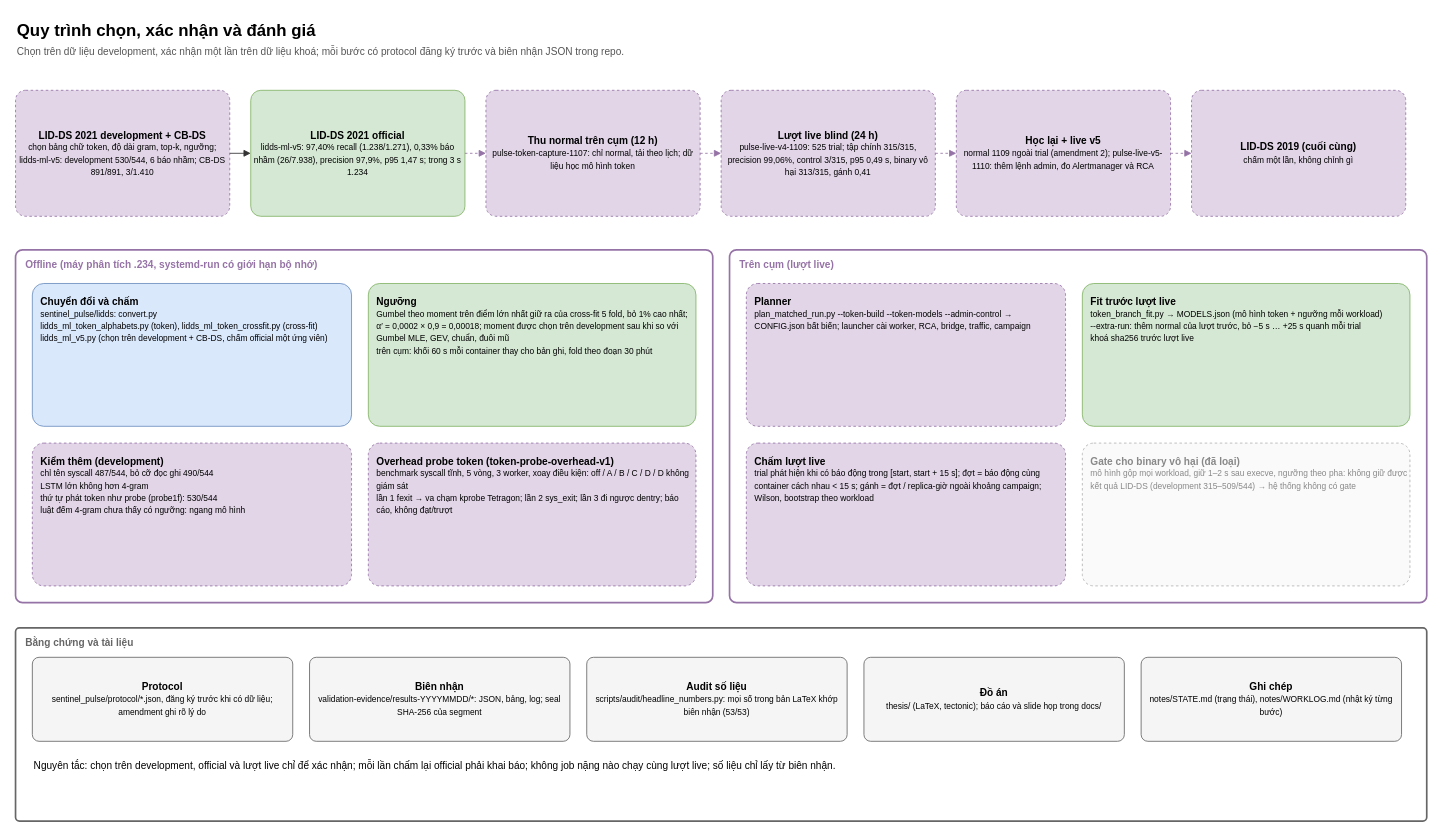
The draw.io diagram page "5. Học và đánh giá" (5 of 5) of docs/architecture/sentinel-pulse-architecture.drawio in tndat-dev/eBPF-project, before the edit. Source tidied: cells renumbered, new cells numbered last; positions are measured from the earlier drawing's top-left corner, leaving out a move shared by most shapes. Both pictures are drawn from the tidied source at 84%, with x=0, y=0 at pixel (15, 14).
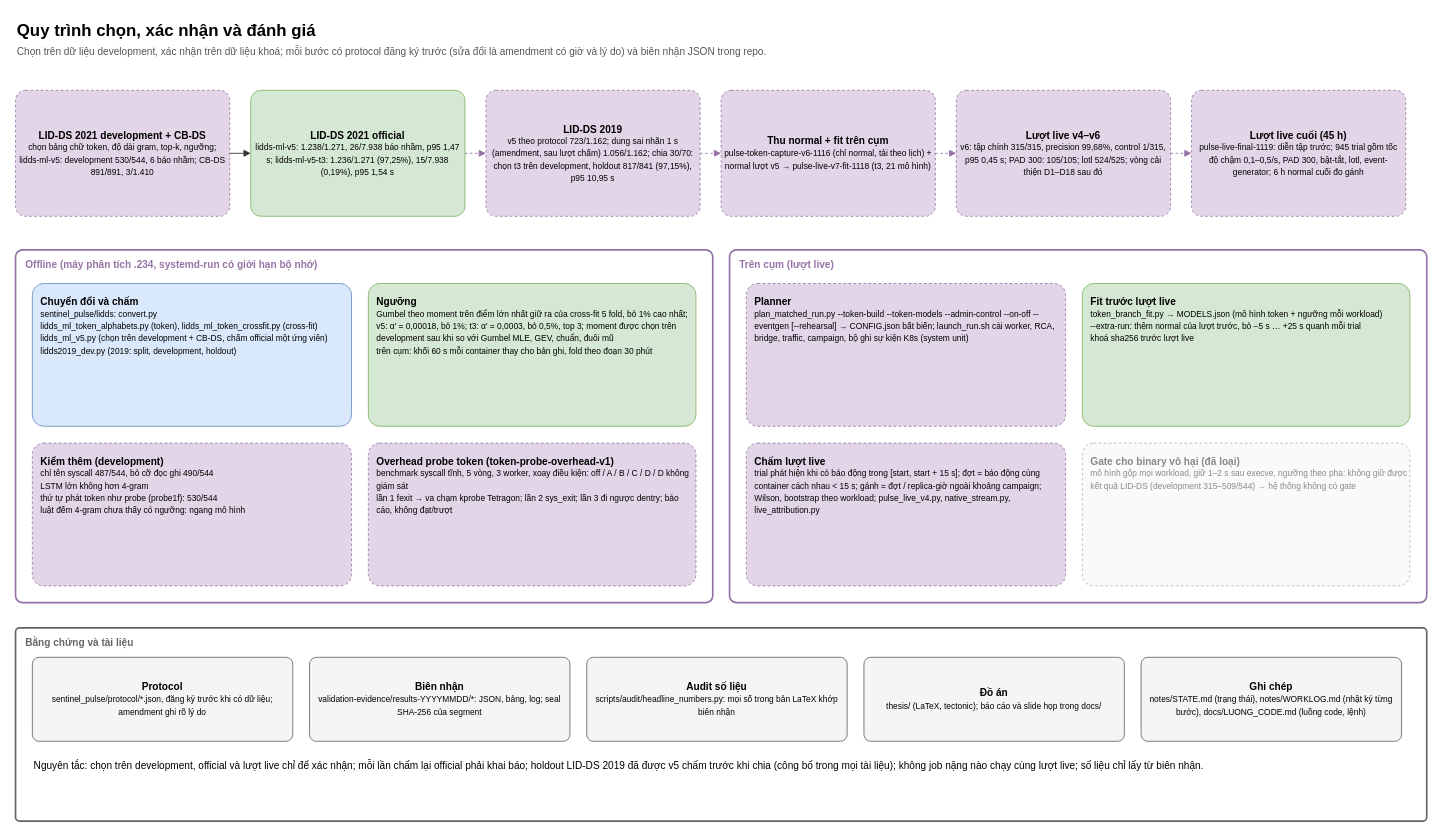
Above is the later version.

The edit, as a diff of the source:
```diff
@@
-    <mxCell id="3" value="Chọn trên dữ liệu development, xác nhận một lần trên dữ liệu khoá; mỗi bước có protocol đăng ký trước và biên nhận JSON trong repo." style="text;html=1;whiteSpace=wrap;align=left;verticalAlign=top;fontSize=12;fontColor=#555555;" parent="1" vertex="1">
+    <mxCell id="3" value="Chọn trên dữ liệu development, xác nhận trên dữ liệu khoá; mỗi bước có protocol đăng ký trước (sửa đổi là amendment có giờ và lý do) và biên nhận JSON trong repo." style="text;html=1;whiteSpace=wrap;align=left;verticalAlign=top;fontSize=12;fontColor=#555555;" parent="1" vertex="1">
       <mxGeometry y="30" width="1680" height="22" as="geometry" />
     </mxCell>
@@
-    <mxCell id="5" value="&lt;b&gt;LID-DS 2021 official&lt;/b&gt;&lt;br&gt;&lt;font style=&quot;font-size:10px&quot;&gt;lidds-ml-v5: 97,40% recall (1.238/1.271), 0,33% báo nhầm (26/7.938), precision 97,9%, p95 1,47 s; trong 3 s 1.234&lt;/font&gt;" style="rounded=1;whiteSpace=wrap;html=1;fillColor=#D5E8D4;strokeColor=#82B366;arcSize=8;fontSize=12;align=center;spacing=4;" parent="1" vertex="1">
+    <mxCell id="5" value="&lt;b&gt;LID-DS 2021 official&lt;/b&gt;&lt;br&gt;&lt;font style=&quot;font-size:10px&quot;&gt;lidds-ml-v5: 1.238/1.271, 26/7.938 báo nhầm, p95 1,47 s; lidds-ml-v5-t3: 1.236/1.271 (97,25%), 15/7.938 (0,19%), p95 1,54 s&lt;/font&gt;" style="rounded=1;whiteSpace=wrap;html=1;fillColor=#D5E8D4;strokeColor=#82B366;arcSize=8;fontSize=12;align=center;spacing=4;" parent="1" vertex="1">
       <mxGeometry x="280" y="90" width="255" height="150" as="geometry" />
     </mxCell>
@@
-    <mxCell id="7" value="&lt;b&gt;Thu normal trên cụm (12 h)&lt;/b&gt;&lt;br&gt;&lt;font style=&quot;font-size:10px&quot;&gt;pulse-token-capture-1107: chỉ normal, tải theo lịch; dữ liệu học mô hình token&lt;/font&gt;" style="rounded=1;whiteSpace=wrap;html=1;fillColor=#E1D5E7;strokeColor=#9673A6;dashed=1;arcSize=8;fontSize=12;align=center;spacing=4;" parent="1" vertex="1">
+    <mxCell id="7" value="&lt;b&gt;LID-DS 2019&lt;/b&gt;&lt;br&gt;&lt;font style=&quot;font-size:10px&quot;&gt;v5 theo protocol 723/1.162; dung sai nhãn 1 s (amendment, sau lượt chấm) 1.056/1.162; chia 30/70: chọn t3 trên development, holdout 817/841 (97,15%), p95 10,95 s&lt;/font&gt;" style="rounded=1;whiteSpace=wrap;html=1;fillColor=#E1D5E7;strokeColor=#9673A6;dashed=1;arcSize=8;fontSize=12;align=center;spacing=4;" parent="1" vertex="1">
       <mxGeometry x="560" y="90" width="255" height="150" as="geometry" />
     </mxCell>
@@
-    <mxCell id="9" value="&lt;b&gt;Lượt live blind (24 h)&lt;/b&gt;&lt;br&gt;&lt;font style=&quot;font-size:10px&quot;&gt;pulse-live-v4-1109: 525 trial; tập chính 315/315, precision 99,06%, control 3/315, p95 0,49 s, binary vô hại 313/315, gánh 0,41&lt;/font&gt;" style="rounded=1;whiteSpace=wrap;html=1;fillColor=#E1D5E7;strokeColor=#9673A6;dashed=1;arcSize=8;fontSize=12;align=center;spacing=4;" parent="1" vertex="1">
+    <mxCell id="9" value="&lt;b&gt;Thu normal + fit trên cụm&lt;/b&gt;&lt;br&gt;&lt;font style=&quot;font-size:10px&quot;&gt;pulse-token-capture-v6-1116 (chỉ normal, tải theo lịch) + normal lượt v5 → pulse-live-v7-fit-1118 (t3, 21 mô hình)&lt;/font&gt;" style="rounded=1;whiteSpace=wrap;html=1;fillColor=#E1D5E7;strokeColor=#9673A6;dashed=1;arcSize=8;fontSize=12;align=center;spacing=4;" parent="1" vertex="1">
       <mxGeometry x="840" y="90" width="255" height="150" as="geometry" />
     </mxCell>
@@
-    <mxCell id="11" value="&lt;b&gt;Học lại + live v5&lt;/b&gt;&lt;br&gt;&lt;font style=&quot;font-size:10px&quot;&gt;normal 1109 ngoài trial (amendment 2); pulse-live-v5-1110: thêm lệnh admin, đo Alertmanager và RCA&lt;/font&gt;" style="rounded=1;whiteSpace=wrap;html=1;fillColor=#E1D5E7;strokeColor=#9673A6;dashed=1;arcSize=8;fontSize=12;align=center;spacing=4;" parent="1" vertex="1">
+    <mxCell id="11" value="&lt;b&gt;Lượt live v4–v6&lt;/b&gt;&lt;br&gt;&lt;font style=&quot;font-size:10px&quot;&gt;v6: tập chính 315/315, precision 99,68%, control 1/315, p95 0,45 s; PAD 300: 105/105; lotl 524/525; vòng cải thiện D1–D18 sau đó&lt;/font&gt;" style="rounded=1;whiteSpace=wrap;html=1;fillColor=#E1D5E7;strokeColor=#9673A6;dashed=1;arcSize=8;fontSize=12;align=center;spacing=4;" parent="1" vertex="1">
       <mxGeometry x="1120" y="90" width="255" height="150" as="geometry" />
     </mxCell>
@@
-    <mxCell id="13" value="&lt;b&gt;LID-DS 2019 (cuối cùng)&lt;/b&gt;&lt;br&gt;&lt;font style=&quot;font-size:10px&quot;&gt;chấm một lần, không chỉnh gì&lt;/font&gt;" style="rounded=1;whiteSpace=wrap;html=1;fillColor=#E1D5E7;strokeColor=#9673A6;dashed=1;arcSize=8;fontSize=12;align=center;spacing=4;" parent="1" vertex="1">
+    <mxCell id="13" value="&lt;b&gt;Lượt live cuối (45 h)&lt;/b&gt;&lt;br&gt;&lt;font style=&quot;font-size:10px&quot;&gt;pulse-live-final-1119: diễn tập trước; 945 trial gồm tốc độ chậm 0,1–0,5/s, PAD 300, bật-tắt, lotl, event-generator; 6 h normal cuối đo gánh&lt;/font&gt;" style="rounded=1;whiteSpace=wrap;html=1;fillColor=#E1D5E7;strokeColor=#9673A6;dashed=1;arcSize=8;fontSize=12;align=center;spacing=4;" parent="1" vertex="1">
       <mxGeometry x="1400" y="90" width="255" height="150" as="geometry" />
     </mxCell>
@@
-    <mxCell id="16" value="&lt;b&gt;Chuyển đổi và chấm&lt;/b&gt;&lt;br&gt;&lt;font style=&quot;font-size:10px&quot;&gt;sentinel_pulse/lidds: convert.py&lt;br&gt;lidds_ml_token_alphabets.py (token), lidds_ml_token_crossfit.py (cross-fit)&lt;br&gt;lidds_ml_v5.py (chọn trên development + CB-DS, chấm official một ứng viên)&lt;/font&gt;" style="rounded=1;whiteSpace=wrap;html=1;fillColor=#DAE8FC;strokeColor=#6C8EBF;arcSize=8;fontSize=12;align=left;spacing=4;verticalAlign=top;spacingTop=6;spacingLeft=6;" parent="1" vertex="1">
+    <mxCell id="16" value="&lt;b&gt;Chuyển đổi và chấm&lt;/b&gt;&lt;br&gt;&lt;font style=&quot;font-size:10px&quot;&gt;sentinel_pulse/lidds: convert.py&lt;br&gt;lidds_ml_token_alphabets.py (token), lidds_ml_token_crossfit.py (cross-fit)&lt;br&gt;lidds_ml_v5.py (chọn trên development + CB-DS, chấm official một ứng viên)&lt;br&gt;lidds2019_dev.py (2019: split, development, holdout)&lt;/font&gt;" style="rounded=1;whiteSpace=wrap;html=1;fillColor=#DAE8FC;strokeColor=#6C8EBF;arcSize=8;fontSize=12;align=left;spacing=4;verticalAlign=top;spacingTop=6;spacingLeft=6;" parent="1" vertex="1">
       <mxGeometry x="20" y="320" width="380" height="170" as="geometry" />
     </mxCell>
-    <mxCell id="17" value="&lt;b&gt;Ngưỡng&lt;/b&gt;&lt;br&gt;&lt;font style=&quot;font-size:10px&quot;&gt;Gumbel theo moment trên điểm lớn nhất giữ ra của cross-fit 5 fold, bỏ 1% cao nhất; α′ = 0,0002 × 0,9 = 0,00018; moment được chọn trên development sau khi so với Gumbel MLE, GEV, chuẩn, đuôi mũ&lt;br&gt;trên cụm: khối 60 s mỗi container thay cho bản ghi, fold theo đoạn 30 phút&lt;/font&gt;" style="rounded=1;whiteSpace=wrap;html=1;fillColor=#D5E8D4;strokeColor=#82B366;arcSize=8;fontSize=12;align=left;spacing=4;verticalAlign=top;spacingTop=6;spacingLeft=6;" parent="1" vertex="1">
+    <mxCell id="17" value="&lt;b&gt;Ngưỡng&lt;/b&gt;&lt;br&gt;&lt;font style=&quot;font-size:10px&quot;&gt;Gumbel theo moment trên điểm lớn nhất giữ ra của cross-fit 5 fold, bỏ 1% cao nhất; v5: α′ = 0,00018, bỏ 1%; t3: α′ = 0,0003, bỏ 0,5%, top 3; moment được chọn trên development sau khi so với Gumbel MLE, GEV, chuẩn, đuôi mũ&lt;br&gt;trên cụm: khối 60 s mỗi container thay cho bản ghi, fold theo đoạn 30 phút&lt;/font&gt;" style="rounded=1;whiteSpace=wrap;html=1;fillColor=#D5E8D4;strokeColor=#82B366;arcSize=8;fontSize=12;align=left;spacing=4;verticalAlign=top;spacingTop=6;spacingLeft=6;" parent="1" vertex="1">
       <mxGeometry x="420" y="320" width="390" height="170" as="geometry" />
     </mxCell>
@@
-    <mxCell id="21" value="&lt;b&gt;Planner&lt;/b&gt;&lt;br&gt;&lt;font style=&quot;font-size:10px&quot;&gt;plan_matched_run.py --token-build --token-models --admin-control → CONFIG.json bất biến; launcher cài worker, RCA, bridge, traffic, campaign&lt;/font&gt;" style="rounded=1;whiteSpace=wrap;html=1;fillColor=#E1D5E7;strokeColor=#9673A6;dashed=1;arcSize=8;fontSize=12;align=left;spacing=4;verticalAlign=top;spacingTop=6;spacingLeft=6;" parent="1" vertex="1">
+    <mxCell id="21" value="&lt;b&gt;Planner&lt;/b&gt;&lt;br&gt;&lt;font style=&quot;font-size:10px&quot;&gt;plan_matched_run.py --token-build --token-models --admin-control --on-off --eventgen [--rehearsal] → CONFIG.json bất biến; launch_run.sh cài worker, RCA, bridge, traffic, campaign, bộ ghi sự kiện K8s (system unit)&lt;/font&gt;" style="rounded=1;whiteSpace=wrap;html=1;fillColor=#E1D5E7;strokeColor=#9673A6;dashed=1;arcSize=8;fontSize=12;align=left;spacing=4;verticalAlign=top;spacingTop=6;spacingLeft=6;" parent="1" vertex="1">
       <mxGeometry x="870" y="320" width="380" height="170" as="geometry" />
     </mxCell>
@@
-    <mxCell id="23" value="&lt;b&gt;Chấm lượt live&lt;/b&gt;&lt;br&gt;&lt;font style=&quot;font-size:10px&quot;&gt;trial phát hiện khi có báo động trong [start, start + 15 s]; đợt = báo động cùng container cách nhau &lt; 15 s; gánh = đợt / replica-giờ ngoài khoảng campaign; Wilson, bootstrap theo workload&lt;/font&gt;" style="rounded=1;whiteSpace=wrap;html=1;fillColor=#E1D5E7;strokeColor=#9673A6;dashed=1;arcSize=8;fontSize=12;align=left;spacing=4;verticalAlign=top;spacingTop=6;spacingLeft=6;" parent="1" vertex="1">
+    <mxCell id="23" value="&lt;b&gt;Chấm lượt live&lt;/b&gt;&lt;br&gt;&lt;font style=&quot;font-size:10px&quot;&gt;trial phát hiện khi có báo động trong [start, start + 15 s]; đợt = báo động cùng container cách nhau &lt; 15 s; gánh = đợt / replica-giờ ngoài khoảng campaign; Wilson, bootstrap theo workload; pulse_live_v4.py, native_stream.py, live_attribution.py&lt;/font&gt;" style="rounded=1;whiteSpace=wrap;html=1;fillColor=#E1D5E7;strokeColor=#9673A6;dashed=1;arcSize=8;fontSize=12;align=left;spacing=4;verticalAlign=top;spacingTop=6;spacingLeft=6;" parent="1" vertex="1">
       <mxGeometry x="870" y="510" width="380" height="170" as="geometry" />
     </mxCell>
@@
-    <mxCell id="28" value="&lt;b&gt;Audit số liệu&lt;/b&gt;&lt;br&gt;&lt;font style=&quot;font-size:10px&quot;&gt;scripts/audit/headline_numbers.py: mọi số trong bản LaTeX khớp biên nhận (53/53)&lt;/font&gt;" style="rounded=1;whiteSpace=wrap;html=1;fillColor=#F5F5F5;strokeColor=#666666;arcSize=8;fontSize=12;align=center;spacing=4;" parent="1" vertex="1">
+    <mxCell id="28" value="&lt;b&gt;Audit số liệu&lt;/b&gt;&lt;br&gt;&lt;font style=&quot;font-size:10px&quot;&gt;scripts/audit/headline_numbers.py: mọi số trong bản LaTeX khớp biên nhận&lt;/font&gt;" style="rounded=1;whiteSpace=wrap;html=1;fillColor=#F5F5F5;strokeColor=#666666;arcSize=8;fontSize=12;align=center;spacing=4;" parent="1" vertex="1">
       <mxGeometry x="680" y="765" width="310" height="100" as="geometry" />
     </mxCell>
@@
-    <mxCell id="30" value="&lt;b&gt;Ghi chép&lt;/b&gt;&lt;br&gt;&lt;font style=&quot;font-size:10px&quot;&gt;notes/STATE.md (trạng thái), notes/WORKLOG.md (nhật ký từng bước)&lt;/font&gt;" style="rounded=1;whiteSpace=wrap;html=1;fillColor=#F5F5F5;strokeColor=#666666;arcSize=8;fontSize=12;align=center;spacing=4;" parent="1" vertex="1">
+    <mxCell id="30" value="&lt;b&gt;Ghi chép&lt;/b&gt;&lt;br&gt;&lt;font style=&quot;font-size:10px&quot;&gt;notes/STATE.md (trạng thái), notes/WORKLOG.md (nhật ký từng bước), docs/LUONG_CODE.md (luồng code, lệnh)&lt;/font&gt;" style="rounded=1;whiteSpace=wrap;html=1;fillColor=#F5F5F5;strokeColor=#666666;arcSize=8;fontSize=12;align=center;spacing=4;" parent="1" vertex="1">
       <mxGeometry x="1340" y="765" width="310" height="100" as="geometry" />
     </mxCell>
-    <mxCell id="31" value="Nguyên tắc: chọn trên development, official và lượt live chỉ để xác nhận; mỗi lần chấm lại official phải khai báo; không job nặng nào chạy cùng lượt live; số liệu chỉ lấy từ biên nhận." style="text;html=1;whiteSpace=wrap;align=left;verticalAlign=top;fontSize=12;" parent="1" vertex="1">
+    <mxCell id="31" value="Nguyên tắc: chọn trên development, official và lượt live chỉ để xác nhận; mỗi lần chấm lại official phải khai báo; holdout LID-DS 2019 đã được v5 chấm trước khi chia (công bố trong mọi tài liệu); không job nặng nào chạy cùng lượt live; số liệu chỉ lấy từ biên nhận." style="text;html=1;whiteSpace=wrap;align=left;verticalAlign=top;fontSize=12;" parent="1" vertex="1">
       <mxGeometry x="20" y="880" width="1640" height="60" as="geometry" />
     </mxCell>
```
